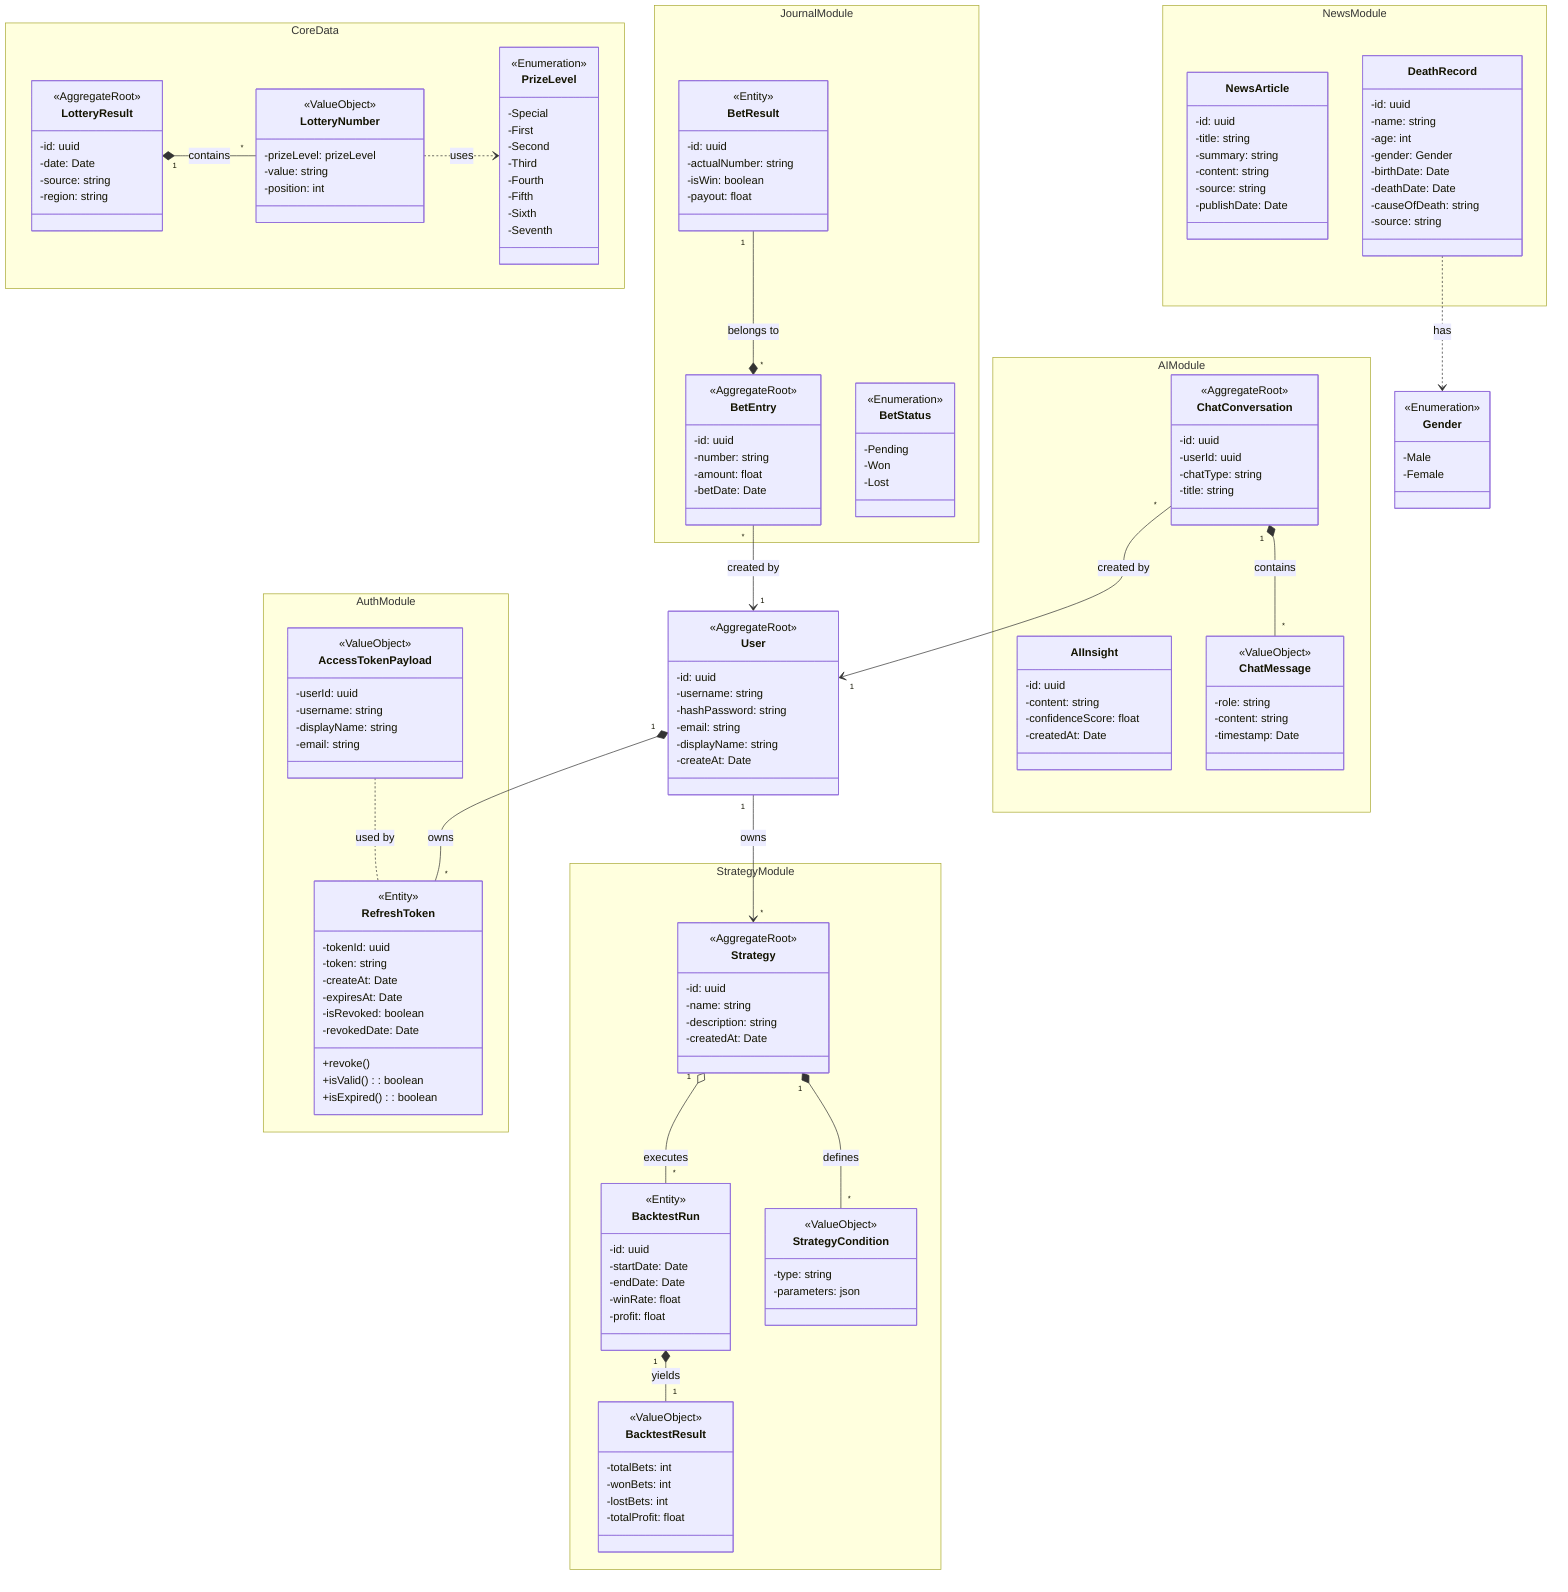
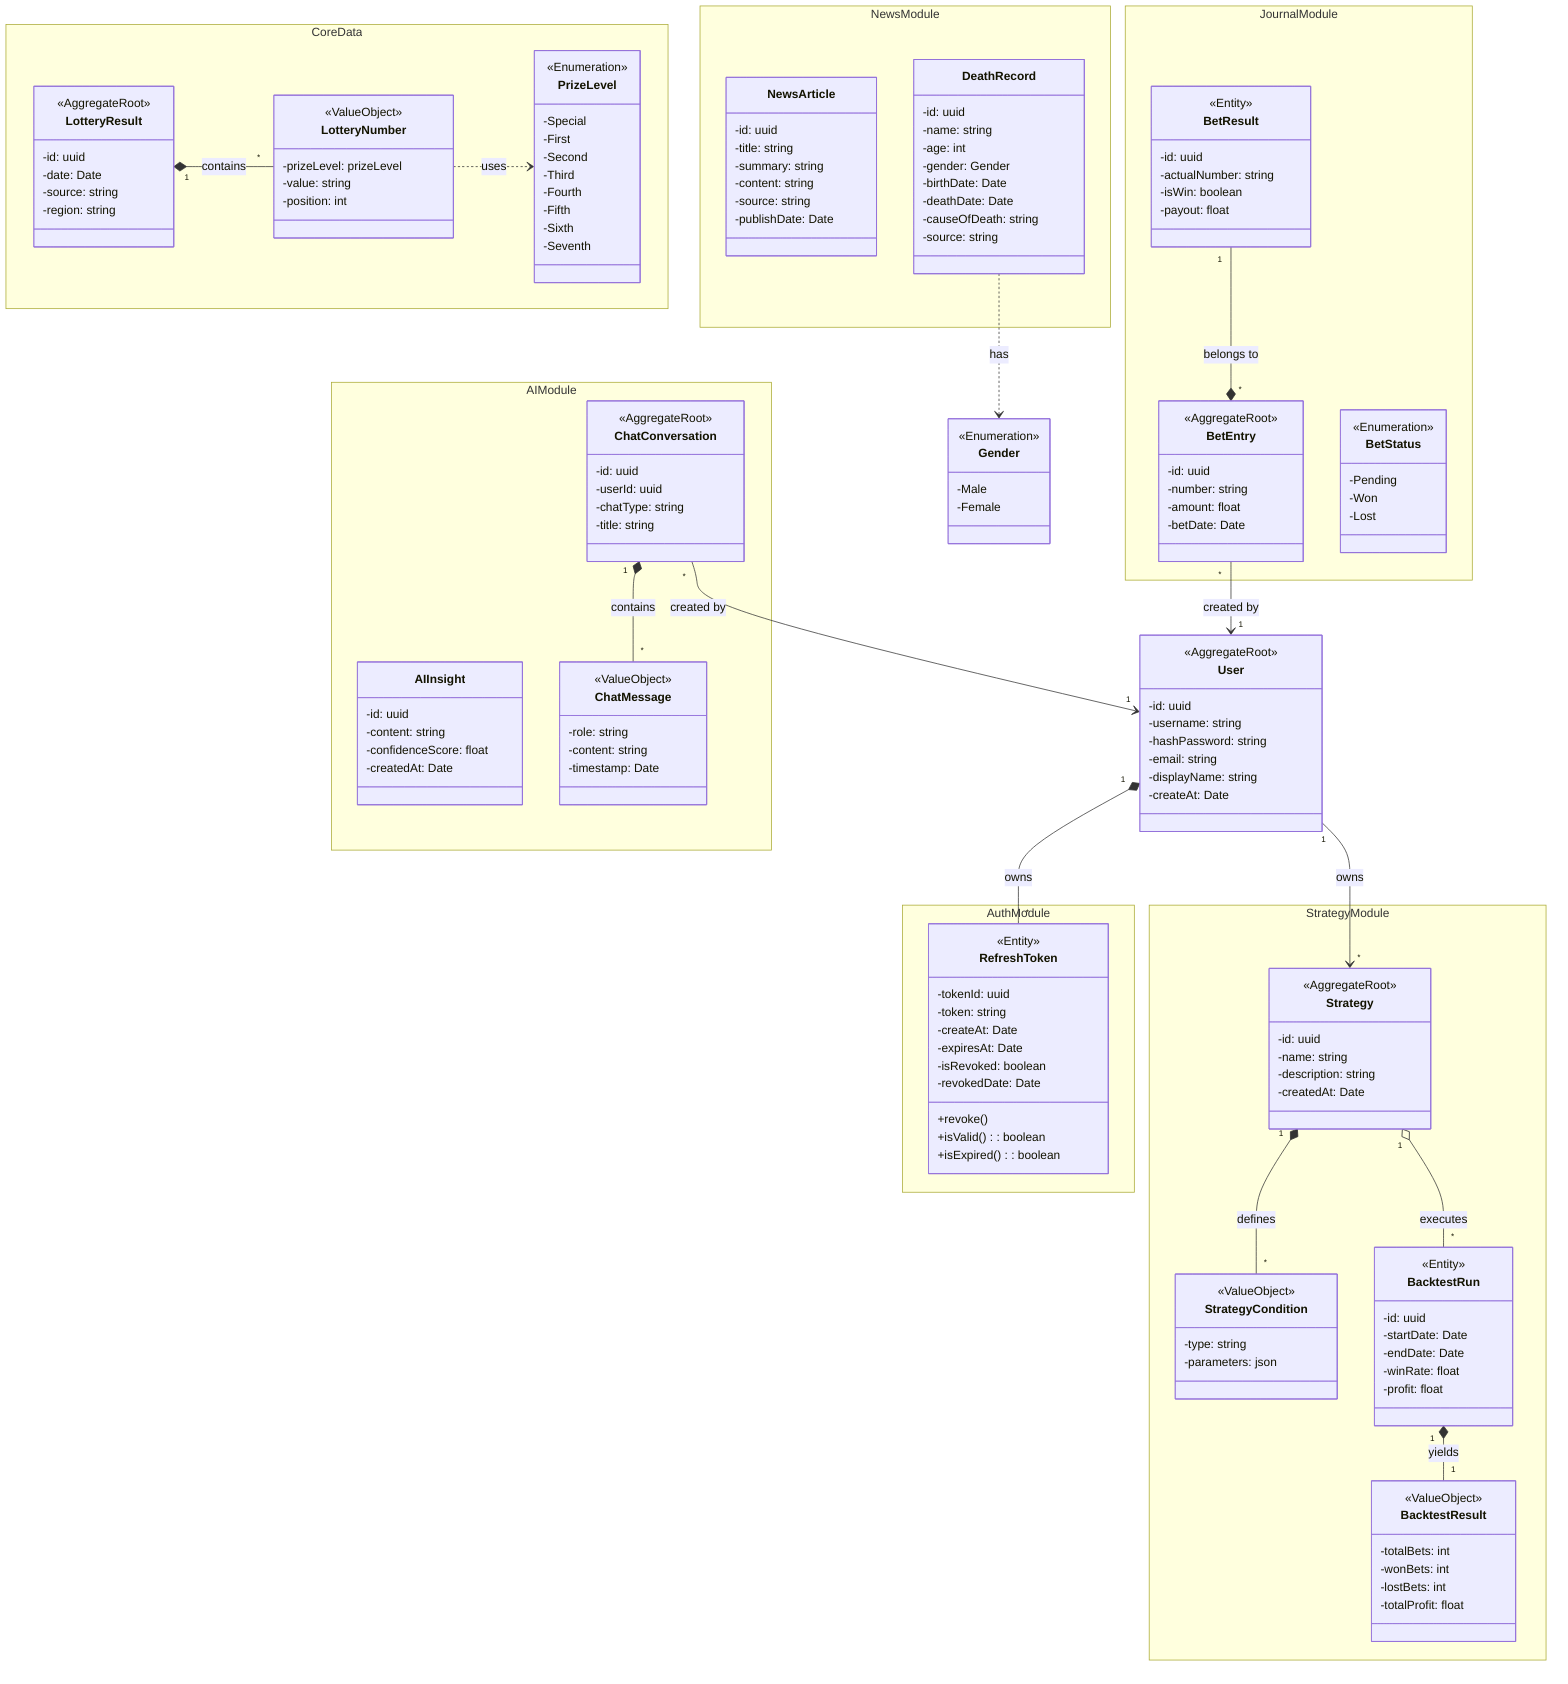
classDiagram
    class User {
        <<AggregateRoot>>
        -id: uuid
        -username: string
        -hashPassword: string
        -email: string
        -displayName: string
        -createAt: Date
    }

    class Gender {
        -Male
        -Female
    }

    <<Enumeration>> Gender

    namespace AuthModule {
        class RefreshToken {
            <<Entity>>
            -tokenId: uuid
            -token: string
            -createAt: Date
            -expiresAt: Date
            -isRevoked: boolean
            -revokedDate: Date
            +revoke()
            +isValid(): boolean
            +isExpired(): boolean
        }

-         class AccessTokenPayload {
-             <<ValueObject>>
-             -userId: uuid
-             -username: string
-             -displayName: string
-             -email: string
-         }
    }

    User "1" *-- "*" RefreshToken : owns
-     AccessTokenPayload .. RefreshToken : used by
- 
    namespace CoreData {
        class LotteryResult {
            -id: uuid
            -date: Date
            -source: string
            -region: string
        }

        class LotteryNumber {
            -prizeLevel: prizeLevel
            -value: string
            -position: int
        }

        class PrizeLevel {
            -Special
            -First
            -Second
            -Third
            -Fourth
            -Fifth
            -Sixth
            -Seventh
        }
    }

    <<AggregateRoot>> LotteryResult
    <<ValueObject>> LotteryNumber
    <<Enumeration>> PrizeLevel

    LotteryResult "1" *-- "*" LotteryNumber : contains
    LotteryNumber ..> PrizeLevel : uses

    namespace NewsModule {
        class NewsArticle {
            -id: uuid
            -title: string
            -summary: string
            -content: string
            -source: string
            -publishDate: Date
        }
        class DeathRecord {
            -id: uuid
            -name: string
            -age: int
            -gender: Gender
            -birthDate: Date
            -deathDate: Date
            -causeOfDeath: string
            -source: string
        }
    }

    DeathRecord ..> Gender : has

    namespace StrategyModule {
        class Strategy {
            -id: uuid
            -name: string
            -description: string
            -createdAt: Date
        }
        class StrategyCondition {
            -type: string
            -parameters: json
        }
        class BacktestRun {
            -id: uuid
            -startDate: Date
            -endDate: Date
            -winRate: float
            -profit: float
        }
        class BacktestResult {
            -totalBets: int
            -wonBets: int
            -lostBets: int
            -totalProfit: float
        }
    }

    <<AggregateRoot>> Strategy
    <<ValueObject>> StrategyCondition
    <<Entity>> BacktestRun
    <<ValueObject>> BacktestResult

    Strategy "1" *-- "*" StrategyCondition : defines
    Strategy "1" o-- "*" BacktestRun : executes
    BacktestRun "1" *-- "1" BacktestResult : yields
    User "1" --> "*" Strategy : owns


    namespace JournalModule {
        class BetEntry {
            -id: uuid
            -number: string
            -amount: float
            -betDate: Date
        }
        class BetResult {
            -id: uuid
            -actualNumber: string
            -isWin: boolean
            -payout: float
        }
        class BetStatus {
            -Pending
            -Won
            -Lost
        }
    }

    <<AggregateRoot>> BetEntry
    <<Entity>> BetResult
    <<Enumeration>> BetStatus

    BetResult "1" --* "*" BetEntry : belongs to
    BetEntry "*" --> "1" User : created by

    namespace AIModule {
        class AIInsight {
            -id: uuid
            -content: string
            -confidenceScore: float
            -createdAt: Date
        }
        class ChatConversation {
            <<AggregateRoot>>
            -id: uuid
            -userId: uuid
            -chatType: string
            -title: string
        }
        class ChatMessage {
            <<ValueObject>>
            -role: string
            -content: string
            -timestamp: Date
        }
    }

    ChatConversation "1" *-- "*" ChatMessage : contains
    ChatConversation "*" --> "1" User : created by

